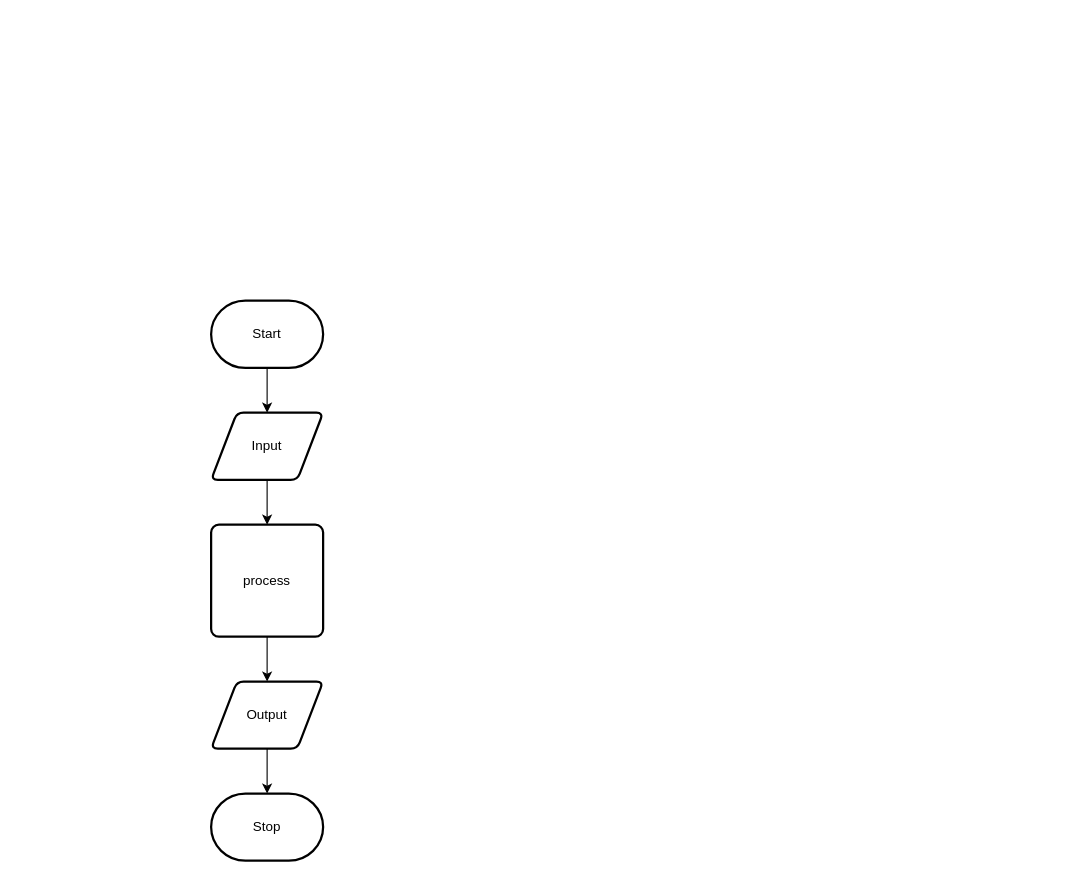
Earlier version of the draw.io diagram design/flow-chart.drawio (Kenny-Le-281/ICS2O-Assignment-05-JS). Source tidied: cells renumbered, new cells numbered last; positions are measured from the earlier drawing's top-left corner, leaving out a move shared by most shapes. Both pictures are drawn from the tidied source at 112%, with x=0, y=0 at pixel (211, 300).
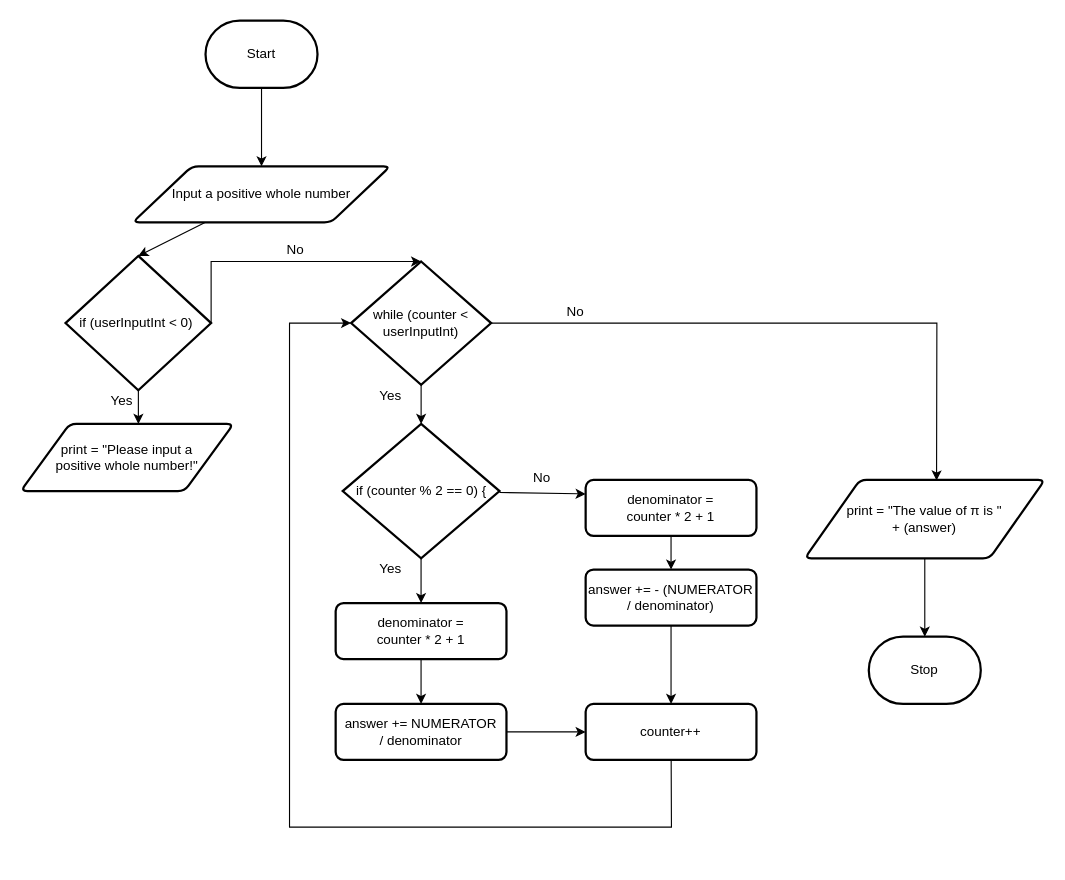
Above is the later version.

What changed in the source:
```diff
@@
     <mxCell id="3" value="Start" style="strokeWidth=2;html=1;shape=mxgraph.flowchart.terminator;whiteSpace=wrap;" parent="1" vertex="1">
-      <mxGeometry width="100" height="60" as="geometry" />
+      <mxGeometry x="-5" y="-250" width="100" height="60" as="geometry" />
     </mxCell>
-    <mxCell id="4" style="edgeStyle=none;html=1;" parent="1" edge="1" source="5" target="7">
-      <mxGeometry relative="1" as="geometry" />
-    </mxCell>
+    <mxCell id="11" style="edgeStyle=none;html=1;entryX=0.5;entryY=0;entryDx=0;entryDy=0;entryPerimeter=0;" parent="1" edge="1" source="5" target="8">
+      <mxGeometry relative="1" as="geometry" />
+    </mxCell>
-    <mxCell id="5" value="Input" style="shape=parallelogram;html=1;strokeWidth=2;perimeter=parallelogramPerimeter;whiteSpace=wrap;rounded=1;arcSize=12;size=0.23;" parent="1" vertex="1">
-      <mxGeometry y="100" width="100" height="60" as="geometry" />
+    <mxCell id="5" value="Input a positive whole number" style="shape=parallelogram;html=1;strokeWidth=2;perimeter=parallelogramPerimeter;whiteSpace=wrap;rounded=1;arcSize=12;size=0.23;" parent="1" vertex="1">
+      <mxGeometry x="-70" y="-120" width="230" height="50" as="geometry" />
     </mxCell>
-    <mxCell id="6" style="edgeStyle=none;html=1;" parent="1" edge="1" source="7" target="9">
-      <mxGeometry relative="1" as="geometry" />
-    </mxCell>
-    <mxCell id="7" value="process" style="rounded=1;whiteSpace=wrap;html=1;absoluteArcSize=1;arcSize=14;strokeWidth=2;" parent="1" vertex="1">
-      <mxGeometry y="200" width="100" height="100" as="geometry" />
-    </mxCell>
+    <mxCell id="12" style="edgeStyle=none;html=1;entryX=0.553;entryY=0;entryDx=0;entryDy=0;entryPerimeter=0;" parent="1" edge="1" source="8" target="14">
+      <mxGeometry relative="1" as="geometry" />
+    </mxCell>
+    <mxCell id="13" style="edgeStyle=none;html=1;entryX=0.5;entryY=0;entryDx=0;entryDy=0;entryPerimeter=0;exitX=1;exitY=0.5;exitDx=0;exitDy=0;exitPerimeter=0;rounded=0;" parent="1" edge="1" source="8" target="18">
+      <mxGeometry relative="1" as="geometry">
+        <Array as="points">
+          <mxPoint y="-35" />
+        </Array>
+      </mxGeometry>
+    </mxCell>
-    <mxCell id="8" style="edgeStyle=none;html=1;" parent="1" edge="1" source="9" target="10">
-      <mxGeometry relative="1" as="geometry" />
+    <mxCell id="8" value="if (userInputInt &amp;lt; 0)&amp;nbsp;" style="strokeWidth=2;html=1;shape=mxgraph.flowchart.decision;whiteSpace=wrap;" parent="1" vertex="1">
+      <mxGeometry x="-130" y="-40" width="130" height="120" as="geometry" />
     </mxCell>
-    <mxCell id="9" value="Output" style="shape=parallelogram;html=1;strokeWidth=2;perimeter=parallelogramPerimeter;whiteSpace=wrap;rounded=1;arcSize=12;size=0.23;" parent="1" vertex="1">
-      <mxGeometry y="340" width="100" height="60" as="geometry" />
-    </mxCell>
+    <mxCell id="14" value="print =&amp;nbsp;&quot;Please input a &lt;br&gt;positive whole number!&quot;" style="shape=parallelogram;html=1;strokeWidth=2;perimeter=parallelogramPerimeter;whiteSpace=wrap;rounded=1;arcSize=12;size=0.23;" parent="1" vertex="1">
+      <mxGeometry x="-170" y="110" width="190" height="60" as="geometry" />
+    </mxCell>
+    <mxCell id="15" value="Yes" style="text;html=1;align=center;verticalAlign=middle;fillColor=none;strokeColor=none;rounded=0;" parent="1" vertex="1">
+      <mxGeometry x="-100" y="80" width="40" height="20" as="geometry" />
+    </mxCell>
+    <mxCell id="16" style="edgeStyle=none;html=1;entryX=0.5;entryY=0;entryDx=0;entryDy=0;entryPerimeter=0;" parent="1" edge="1" source="18" target="22">
+      <mxGeometry relative="1" as="geometry" />
+    </mxCell>
+    <mxCell id="17" style="edgeStyle=none;rounded=0;html=1;entryX=0.549;entryY=0.007;entryDx=0;entryDy=0;entryPerimeter=0;" parent="1" edge="1" source="18" target="37">
+      <mxGeometry relative="1" as="geometry">
+        <Array as="points">
+          <mxPoint x="648" y="20" />
+        </Array>
+      </mxGeometry>
+    </mxCell>
+    <mxCell id="18" value="while (counter &amp;lt; userInputInt)" style="strokeWidth=2;html=1;shape=mxgraph.flowchart.decision;whiteSpace=wrap;" parent="1" vertex="1">
+      <mxGeometry x="125" y="-35" width="125" height="110" as="geometry" />
+    </mxCell>
+    <mxCell id="19" value="No" style="text;html=1;align=center;verticalAlign=middle;fillColor=none;strokeColor=none;rounded=0;" parent="1" vertex="1">
+      <mxGeometry x="60" y="-55" width="30" height="20" as="geometry" />
+    </mxCell>
+    <mxCell id="20" style="edgeStyle=none;html=1;entryX=0.5;entryY=0;entryDx=0;entryDy=0;" parent="1" edge="1" source="22" target="27">
+      <mxGeometry relative="1" as="geometry" />
+    </mxCell>
+    <mxCell id="21" style="edgeStyle=none;rounded=0;html=1;entryX=0;entryY=0.25;entryDx=0;entryDy=0;" parent="1" edge="1" source="22" target="31">
+      <mxGeometry relative="1" as="geometry" />
+    </mxCell>
+    <mxCell id="22" value="if (counter % 2 == 0) {" style="strokeWidth=2;html=1;shape=mxgraph.flowchart.decision;whiteSpace=wrap;" parent="1" vertex="1">
+      <mxGeometry x="117.5" y="110" width="140" height="120" as="geometry" />
+    </mxCell>
+    <mxCell id="23" value="Yes" style="text;html=1;align=center;verticalAlign=middle;fillColor=none;strokeColor=none;rounded=0;" parent="1" vertex="1">
+      <mxGeometry x="140" y="75" width="40" height="20" as="geometry" />
+    </mxCell>
+    <mxCell id="24" value="Yes" style="text;html=1;align=center;verticalAlign=middle;fillColor=none;strokeColor=none;rounded=0;" parent="1" vertex="1">
+      <mxGeometry x="140" y="230" width="40" height="20" as="geometry" />
+    </mxCell>
+    <mxCell id="25" value="No" style="text;html=1;align=center;verticalAlign=middle;fillColor=none;strokeColor=none;rounded=0;" parent="1" vertex="1">
+      <mxGeometry x="280" y="147.5" width="30" height="20" as="geometry" />
+    </mxCell>
+    <mxCell id="26" style="edgeStyle=none;rounded=0;html=1;entryX=0.5;entryY=0;entryDx=0;entryDy=0;" parent="1" edge="1" source="27" target="29">
+      <mxGeometry relative="1" as="geometry" />
+    </mxCell>
+    <mxCell id="27" value="&lt;span&gt;denominator =&lt;/span&gt;&lt;br&gt;&lt;span&gt;counter * 2 + 1&lt;/span&gt;" style="rounded=1;whiteSpace=wrap;html=1;absoluteArcSize=1;arcSize=14;strokeWidth=2;" parent="1" vertex="1">
+      <mxGeometry x="111.2" y="270" width="152.5" height="50" as="geometry" />
+    </mxCell>
+    <mxCell id="28" style="edgeStyle=none;rounded=0;html=1;entryX=0;entryY=0.5;entryDx=0;entryDy=0;" parent="1" edge="1" source="29" target="35">
+      <mxGeometry relative="1" as="geometry" />
+    </mxCell>
+    <mxCell id="29" value="answer += NUMERATOR&lt;br&gt;/ denominator" style="rounded=1;whiteSpace=wrap;html=1;absoluteArcSize=1;arcSize=14;strokeWidth=2;" parent="1" vertex="1">
+      <mxGeometry x="111.2" y="360" width="152.5" height="50" as="geometry" />
+    </mxCell>
+    <mxCell id="30" style="edgeStyle=none;rounded=0;html=1;entryX=0.5;entryY=0;entryDx=0;entryDy=0;" parent="1" edge="1" source="31" target="33">
+      <mxGeometry relative="1" as="geometry" />
+    </mxCell>
+    <mxCell id="31" value="denominator =&lt;br&gt;counter * 2 + 1" style="rounded=1;whiteSpace=wrap;html=1;absoluteArcSize=1;arcSize=14;strokeWidth=2;" parent="1" vertex="1">
+      <mxGeometry x="334.4" y="160" width="152.5" height="50" as="geometry" />
+    </mxCell>
+    <mxCell id="32" style="edgeStyle=none;rounded=0;html=1;entryX=0.5;entryY=0;entryDx=0;entryDy=0;" parent="1" edge="1" source="33" target="35">
+      <mxGeometry relative="1" as="geometry" />
+    </mxCell>
+    <mxCell id="33" value="answer += - (NUMERATOR / denominator)" style="rounded=1;whiteSpace=wrap;html=1;absoluteArcSize=1;arcSize=14;strokeWidth=2;" parent="1" vertex="1">
+      <mxGeometry x="334.4" y="240" width="152.5" height="50" as="geometry" />
+    </mxCell>
+    <mxCell id="34" style="edgeStyle=none;rounded=0;html=1;entryX=0;entryY=0.5;entryDx=0;entryDy=0;entryPerimeter=0;" parent="1" edge="1" source="35" target="18">
+      <mxGeometry relative="1" as="geometry">
+        <Array as="points">
+          <mxPoint x="411" y="470" />
+          <mxPoint x="70" y="470" />
+          <mxPoint x="70" y="20" />
+        </Array>
+      </mxGeometry>
+    </mxCell>
+    <mxCell id="35" value="counter++" style="rounded=1;whiteSpace=wrap;html=1;absoluteArcSize=1;arcSize=14;strokeWidth=2;" parent="1" vertex="1">
+      <mxGeometry x="334.4" y="360" width="152.5" height="50" as="geometry" />
+    </mxCell>
+    <mxCell id="36" style="edgeStyle=none;rounded=0;html=1;" parent="1" edge="1" source="37" target="10">
+      <mxGeometry relative="1" as="geometry" />
+    </mxCell>
+    <mxCell id="37" value="print = &quot;The value of π is &quot; &lt;br&gt;+ (answer)" style="shape=parallelogram;html=1;strokeWidth=2;perimeter=parallelogramPerimeter;whiteSpace=wrap;rounded=1;arcSize=12;size=0.23;" parent="1" vertex="1">
+      <mxGeometry x="530" y="160" width="214.4" height="70" as="geometry" />
+    </mxCell>
+    <mxCell id="38" value="No" style="text;html=1;align=center;verticalAlign=middle;fillColor=none;strokeColor=none;rounded=0;" parent="1" vertex="1">
+      <mxGeometry x="310" width="30" height="20" as="geometry" />
+    </mxCell>
     <mxCell id="10" value="Stop" style="strokeWidth=2;html=1;shape=mxgraph.flowchart.terminator;whiteSpace=wrap;" parent="1" vertex="1">
-      <mxGeometry y="440" width="100" height="60" as="geometry" />
+      <mxGeometry x="587.2" y="300" width="100" height="60" as="geometry" />
     </mxCell>
```
